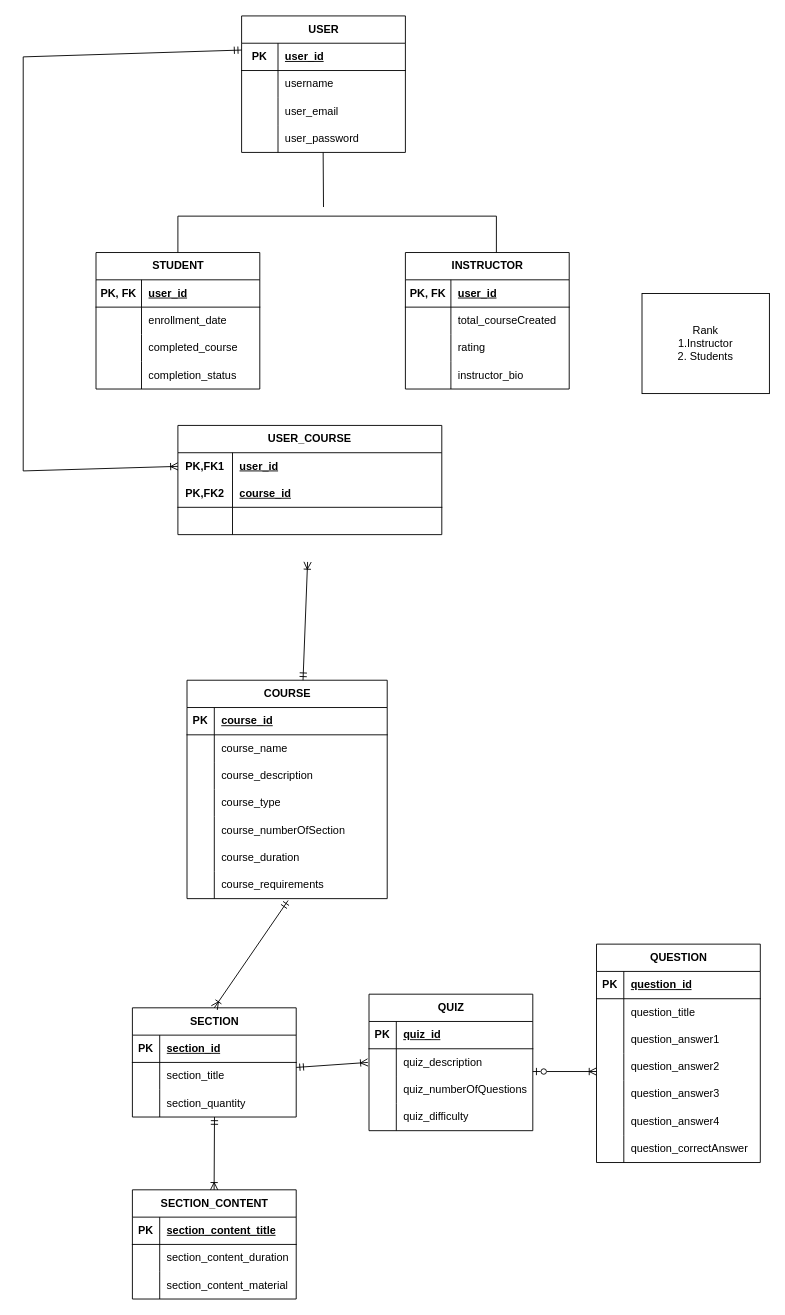
This is src/assets/LearnHub Initial ERD.drawio from wsomad/openlearnhub, a draw.io file, before an edit. Source tidied: cells renumbered, new cells numbered last; positions are measured from the earlier drawing's top-left corner, leaving out a move shared by most shapes. Both pictures are drawn from the tidied source at 91%, with x=0, y=0 at pixel (23, 15).
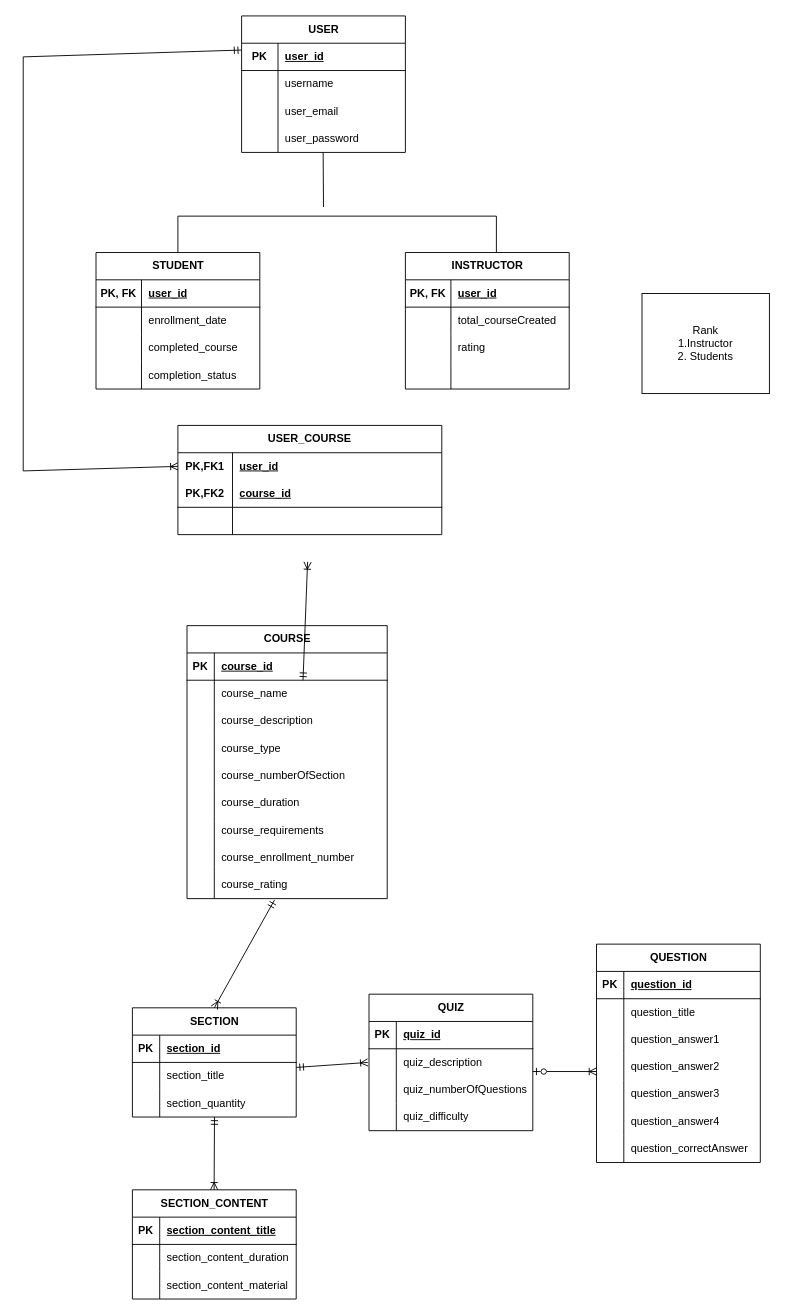
The same page after the edit.

Unchanged cells that the change refers to:
```xml
<mxCell id="34" style="shape=tableRow;horizontal=0;startSize=0;swimlaneHead=0;swimlaneBody=0;fillColor=none;points=[[0,0.5],[1,0.5]];portConstraint=eastwest;top=0;left=0;right=0;bottom=0;" parent="15" vertex="1">
  <mxGeometry y="210" width="220" height="30" as="geometry" />
</mxCell>
<mxCell id="86" value="SECTION" style="shape=table;startSize=30;childLayout=tableLayout;rowLines=0;fontStyle=1;align=center;html=1;" parent="1" vertex="1">
  <mxGeometry x="120" y="1090" width="180" height="120" as="geometry" />
</mxCell>
<mxCell id="108" style="shape=tableRow;horizontal=0;startSize=0;swimlaneHead=0;swimlaneBody=0;fillColor=none;top=0;left=0;right=0;bottom=0;" parent="98" vertex="1">
  <mxGeometry y="120" width="180" height="30" as="geometry" />
</mxCell>
```

Change to the diagram source:
```diff
@@
     <mxCell id="15" value="COURSE" style="shape=table;startSize=30;childLayout=tableLayout;rowLines=0;fontStyle=1;align=center;html=1;" parent="1" vertex="1">
-      <mxGeometry x="180" y="730" width="220" height="240" as="geometry" />
+      <mxGeometry x="180" y="670" width="220" height="300" as="geometry" />
     </mxCell>
@@
+    <mxCell id="139" style="shape=tableRow;horizontal=0;startSize=0;swimlaneHead=0;swimlaneBody=0;fillColor=none;top=0;left=0;right=0;bottom=0;" parent="15" vertex="1">
+      <mxGeometry y="240" width="220" height="30" as="geometry" />
+    </mxCell>
+    <mxCell id="140" style="shape=partialRectangle;fillColor=none;top=0;left=0;bottom=0;right=0;overflow=hidden;whiteSpace=wrap;html=1;" parent="139" vertex="1">
+      <mxGeometry width="30" height="30" as="geometry" />
+    </mxCell>
+    <mxCell id="141" value="course_enrollment_number" style="shape=partialRectangle;fillColor=none;top=0;left=0;bottom=0;right=0;align=left;spacingLeft=6;overflow=hidden;whiteSpace=wrap;html=1;" parent="139" vertex="1">
+      <mxGeometry x="30" width="190" height="30" as="geometry" />
+    </mxCell>
+    <mxCell id="142" style="shape=tableRow;horizontal=0;startSize=0;swimlaneHead=0;swimlaneBody=0;fillColor=none;points=[[0,0.5],[1,0.5]];portConstraint=eastwest;top=0;left=0;right=0;bottom=0;" parent="15" vertex="1">
+      <mxGeometry y="270" width="220" height="30" as="geometry" />
+    </mxCell>
+    <mxCell id="143" style="shape=partialRectangle;fillColor=none;top=0;left=0;bottom=0;right=0;overflow=hidden;whiteSpace=wrap;html=1;" parent="142" vertex="1">
+      <mxGeometry width="30" height="30" as="geometry" />
+    </mxCell>
+    <mxCell id="144" value="course_rating" style="shape=partialRectangle;fillColor=none;top=0;left=0;bottom=0;right=0;align=left;spacingLeft=6;overflow=hidden;whiteSpace=wrap;html=1;" parent="142" vertex="1">
+      <mxGeometry x="30" width="190" height="30" as="geometry" />
+    </mxCell>
@@
-    <mxCell id="96" style="fontSize=12;html=1;endArrow=ERoneToMany;startArrow=ERmandOne;rounded=0;exitX=0.505;exitY=1.067;exitDx=0;exitDy=0;entryX=0.5;entryY=0;entryDx=0;entryDy=0;exitPerimeter=0;" parent="1" edge="1" source="34" target="86">
+    <mxCell id="96" style="fontSize=12;html=1;endArrow=ERoneToMany;startArrow=ERmandOne;rounded=0;exitX=0.437;exitY=1.05;exitDx=0;exitDy=0;entryX=0.5;entryY=0;entryDx=0;entryDy=0;exitPerimeter=0;" parent="1" edge="1" source="142" target="86">
       <mxGeometry relative="1" as="geometry" />
     </mxCell>
@@
-    <mxCell id="110" value="instructor_bio" style="shape=partialRectangle;fillColor=none;top=0;left=0;bottom=0;right=0;align=left;spacingLeft=6;overflow=hidden;whiteSpace=wrap;html=1;" parent="108" vertex="1">
+    <mxCell id="110" style="shape=partialRectangle;fillColor=none;top=0;left=0;bottom=0;right=0;align=left;spacingLeft=6;overflow=hidden;whiteSpace=wrap;html=1;" parent="108" vertex="1">
       <mxGeometry x="50" width="130" height="30" as="geometry" />
     </mxCell>
```
